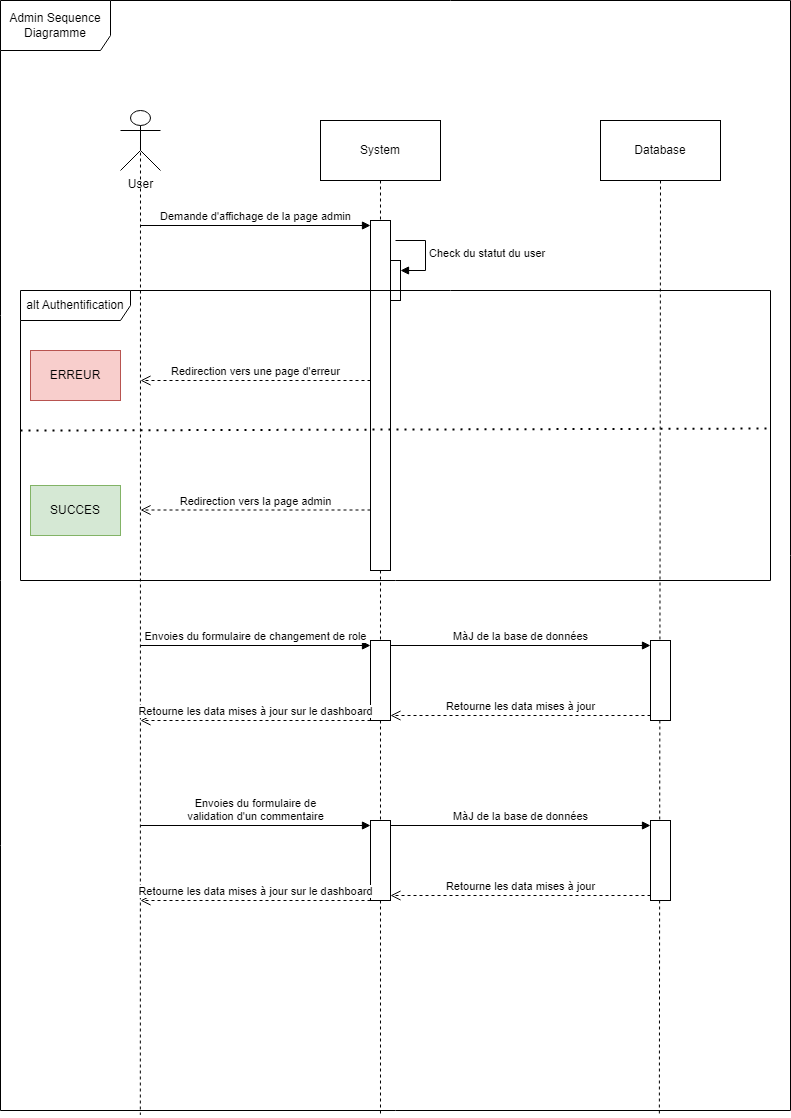
Above: diagrammes/Projet_5_CHASSELOUP_Axel_DDS_AdminSequence.png in Axel92290/Projet_blog_php (draw.io), before the change. Source tidied: cells renumbered, new cells last; positions are measured from the earlier drawing's top-left corner, leaving out a move shared by most shapes.
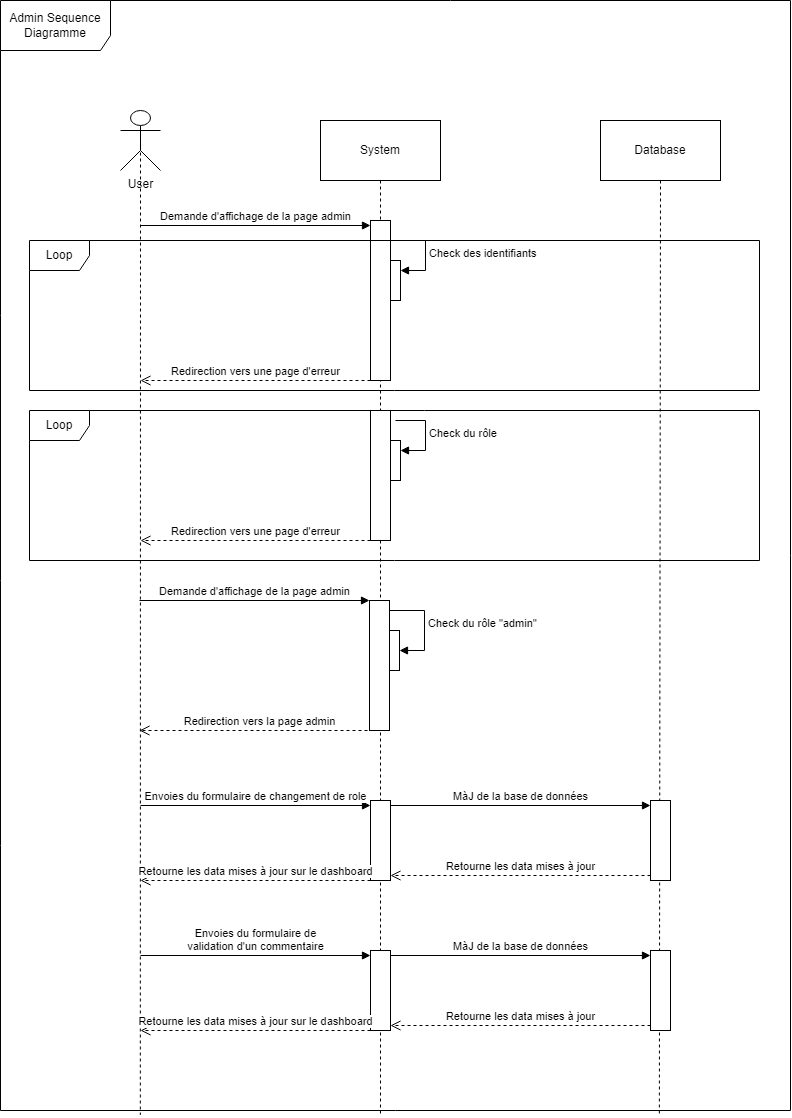
After the commit.

The edit, as a diff of the source:
```diff
@@ -24,7 +24,7 @@
       <mxGeometry x="600" y="120" width="120" height="60" as="geometry" />
     </mxCell>
     <mxCell id="9" style="html=1;points=[[0,0,0,0,5],[0,1,0,0,-5],[1,0,0,0,5],[1,1,0,0,-5]];perimeter=orthogonalPerimeter;outlineConnect=0;targetShapes=umlLifeline;portConstraint=eastwest;newEdgeStyle={&quot;curved&quot;:0,&quot;rounded&quot;:0};" parent="1" vertex="1">
-      <mxGeometry x="370" y="220" width="20" height="350" as="geometry" />
+      <mxGeometry x="370" y="220" width="20" height="160" as="geometry" />
     </mxCell>
     <mxCell id="10" value="Demande d'affichage de la page admin" style="html=1;verticalAlign=bottom;startArrow=none;endArrow=block;startSize=8;curved=0;rounded=0;entryX=0;entryY=0;entryDx=0;entryDy=5;startFill=0;" parent="1" edge="1" target="9">
       <mxGeometry relative="1" as="geometry">
@@ -34,7 +34,7 @@
     <mxCell id="11" style="html=1;points=[[0,0,0,0,5],[0,1,0,0,-5],[1,0,0,0,5],[1,1,0,0,-5]];perimeter=orthogonalPerimeter;outlineConnect=0;targetShapes=umlLifeline;portConstraint=eastwest;newEdgeStyle={&quot;curved&quot;:0,&quot;rounded&quot;:0};" parent="1" vertex="1">
       <mxGeometry x="390" y="260" width="10" height="40" as="geometry" />
     </mxCell>
-    <mxCell id="12" value="Check du statut du user" style="html=1;align=left;spacingLeft=2;endArrow=block;rounded=0;edgeStyle=orthogonalEdgeStyle;curved=0;rounded=0;" parent="1" edge="1" target="11">
+    <mxCell id="12" value="Check des identifiants" style="html=1;align=left;spacingLeft=2;endArrow=block;rounded=0;edgeStyle=orthogonalEdgeStyle;curved=0;rounded=0;" parent="1" edge="1" target="11">
       <mxGeometry relative="1" as="geometry">
         <mxPoint x="395" y="240" as="sourcePoint" />
         <Array as="points">
@@ -42,18 +42,6 @@
         </Array>
       </mxGeometry>
     </mxCell>
-    <mxCell id="13" value="alt Authentification" style="shape=umlFrame;whiteSpace=wrap;html=1;width=110;height=30;" parent="1" vertex="1">
-      <mxGeometry x="20" y="290" width="750" height="290" as="geometry" />
-    </mxCell>
-    <mxCell id="14" style="endArrow=none;dashed=1;html=1;dashPattern=1 3;strokeWidth=2;rounded=0;exitX=0;exitY=0.483;exitDx=0;exitDy=0;exitPerimeter=0;entryX=0.999;entryY=0.476;entryDx=0;entryDy=0;entryPerimeter=0;" parent="1" edge="1" source="13" target="13">
-      <mxGeometry relative="1" as="geometry" />
-    </mxCell>
-    <mxCell id="15" value="SUCCES" style="rounded=0;whiteSpace=wrap;html=1;fillColor=#d5e8d4;strokeColor=#82b366;" parent="1" vertex="1">
-      <mxGeometry x="30" y="485" width="90" height="50" as="geometry" />
-    </mxCell>
-    <mxCell id="16" value="ERREUR" style="rounded=0;whiteSpace=wrap;html=1;fillColor=#f8cecc;strokeColor=#b85450;" parent="1" vertex="1">
-      <mxGeometry x="30" y="350" width="90" height="50" as="geometry" />
-    </mxCell>
     <mxCell id="17" value="Redirection vers une page d'erreur" style="html=1;verticalAlign=bottom;endArrow=open;dashed=1;endSize=8;curved=0;rounded=0;" parent="1" edge="1" source="9">
       <mxGeometry relative="1" as="geometry">
         <mxPoint x="140" y="380" as="targetPoint" />
@@ -61,20 +49,20 @@
     </mxCell>
     <mxCell id="18" value="Redirection vers la page admin" style="html=1;verticalAlign=bottom;endArrow=open;dashed=1;endSize=8;curved=0;rounded=0;" parent="1" edge="1">
       <mxGeometry relative="1" as="geometry">
-        <mxPoint x="370" y="509.5" as="sourcePoint" />
-        <mxPoint x="140" y="509.5" as="targetPoint" />
+        <mxPoint x="379" y="730" as="sourcePoint" />
+        <mxPoint x="139" y="730" as="targetPoint" />
       </mxGeometry>
     </mxCell>
     <mxCell id="19" style="html=1;points=[[0,0,0,0,5],[0,1,0,0,-5],[1,0,0,0,5],[1,1,0,0,-5]];perimeter=orthogonalPerimeter;outlineConnect=0;targetShapes=umlLifeline;portConstraint=eastwest;newEdgeStyle={&quot;curved&quot;:0,&quot;rounded&quot;:0};" parent="1" vertex="1">
-      <mxGeometry x="370" y="640" width="20" height="80" as="geometry" />
+      <mxGeometry x="370" y="800" width="20" height="80" as="geometry" />
     </mxCell>
     <mxCell id="20" value="Envoies du formulaire de changement de role" style="html=1;verticalAlign=bottom;startArrow=none;endArrow=block;startSize=8;curved=0;rounded=0;entryX=0;entryY=0;entryDx=0;entryDy=5;startFill=0;" parent="1" edge="1" target="19">
       <mxGeometry relative="1" as="geometry">
-        <mxPoint x="140" y="645" as="sourcePoint" />
+        <mxPoint x="140" y="805" as="sourcePoint" />
       </mxGeometry>
     </mxCell>
     <mxCell id="21" style="html=1;points=[[0,0,0,0,5],[0,1,0,0,-5],[1,0,0,0,5],[1,1,0,0,-5]];perimeter=orthogonalPerimeter;outlineConnect=0;targetShapes=umlLifeline;portConstraint=eastwest;newEdgeStyle={&quot;curved&quot;:0,&quot;rounded&quot;:0};" parent="1" vertex="1">
-      <mxGeometry x="650" y="640" width="20" height="80" as="geometry" />
+      <mxGeometry x="650" y="800" width="20" height="80" as="geometry" />
     </mxCell>
     <mxCell id="22" value="MàJ de la base de données" style="html=1;verticalAlign=bottom;startArrow=none;endArrow=block;startSize=8;curved=0;rounded=0;entryX=0;entryY=0;entryDx=0;entryDy=5;startFill=0;" parent="1" edge="1" source="19" target="21">
       <mxGeometry relative="1" as="geometry" />
@@ -84,20 +72,20 @@
     </mxCell>
     <mxCell id="24" value="Retourne les data mises à jour sur le dashboard" style="html=1;verticalAlign=bottom;endArrow=open;dashed=1;endSize=8;curved=0;rounded=0;" parent="1" edge="1">
       <mxGeometry relative="1" as="geometry">
-        <mxPoint x="370" y="720" as="sourcePoint" />
-        <mxPoint x="140" y="720" as="targetPoint" />
+        <mxPoint x="370" y="880" as="sourcePoint" />
+        <mxPoint x="140" y="880" as="targetPoint" />
       </mxGeometry>
     </mxCell>
     <mxCell id="25" style="html=1;points=[[0,0,0,0,5],[0,1,0,0,-5],[1,0,0,0,5],[1,1,0,0,-5]];perimeter=orthogonalPerimeter;outlineConnect=0;targetShapes=umlLifeline;portConstraint=eastwest;newEdgeStyle={&quot;curved&quot;:0,&quot;rounded&quot;:0};" parent="1" vertex="1">
-      <mxGeometry x="370" y="820" width="20" height="80" as="geometry" />
+      <mxGeometry x="370" y="950" width="20" height="80" as="geometry" />
     </mxCell>
     <mxCell id="26" value="Envoies du formulaire de &lt;br&gt;validation d'un commentaire" style="html=1;verticalAlign=bottom;startArrow=none;endArrow=block;startSize=8;curved=0;rounded=0;entryX=0;entryY=0;entryDx=0;entryDy=5;startFill=0;" parent="1" edge="1" target="25">
       <mxGeometry relative="1" as="geometry">
-        <mxPoint x="140" y="825" as="sourcePoint" />
+        <mxPoint x="140" y="955" as="sourcePoint" />
       </mxGeometry>
     </mxCell>
     <mxCell id="27" style="html=1;points=[[0,0,0,0,5],[0,1,0,0,-5],[1,0,0,0,5],[1,1,0,0,-5]];perimeter=orthogonalPerimeter;outlineConnect=0;targetShapes=umlLifeline;portConstraint=eastwest;newEdgeStyle={&quot;curved&quot;:0,&quot;rounded&quot;:0};" parent="1" vertex="1">
-      <mxGeometry x="650" y="820" width="20" height="80" as="geometry" />
+      <mxGeometry x="650" y="950" width="20" height="80" as="geometry" />
     </mxCell>
     <mxCell id="28" value="MàJ de la base de données" style="html=1;verticalAlign=bottom;startArrow=none;endArrow=block;startSize=8;curved=0;rounded=0;entryX=0;entryY=0;entryDx=0;entryDy=5;startFill=0;" parent="1" edge="1" source="25" target="27">
       <mxGeometry relative="1" as="geometry" />
@@ -107,9 +95,55 @@
     </mxCell>
     <mxCell id="30" value="Retourne les data mises à jour sur le dashboard" style="html=1;verticalAlign=bottom;endArrow=open;dashed=1;endSize=8;curved=0;rounded=0;" parent="1" edge="1">
       <mxGeometry relative="1" as="geometry">
-        <mxPoint x="370" y="900" as="sourcePoint" />
-        <mxPoint x="140" y="900" as="targetPoint" />
+        <mxPoint x="370" y="1030" as="sourcePoint" />
+        <mxPoint x="140" y="1030" as="targetPoint" />
       </mxGeometry>
     </mxCell>
+    <mxCell id="31" style="html=1;points=[[0,0,0,0,5],[0,1,0,0,-5],[1,0,0,0,5],[1,1,0,0,-5]];perimeter=orthogonalPerimeter;outlineConnect=0;targetShapes=umlLifeline;portConstraint=eastwest;newEdgeStyle={&quot;curved&quot;:0,&quot;rounded&quot;:0};" parent="1" vertex="1">
+      <mxGeometry x="369" y="600" width="20" height="130" as="geometry" />
+    </mxCell>
+    <mxCell id="32" value="Demande d'affichage de la page admin" style="html=1;verticalAlign=bottom;startArrow=none;endArrow=block;startSize=8;curved=0;rounded=0;entryX=0;entryY=0;entryDx=0;entryDy=5;startFill=0;" parent="1" edge="1">
+      <mxGeometry relative="1" as="geometry">
+        <mxPoint x="139" y="600" as="sourcePoint" />
+        <mxPoint x="369" y="600" as="targetPoint" />
+      </mxGeometry>
+    </mxCell>
+    <mxCell id="33" value="Loop" style="shape=umlFrame;whiteSpace=wrap;html=1;" parent="1" vertex="1">
+      <mxGeometry x="29" y="240" width="730" height="150" as="geometry" />
+    </mxCell>
+    <mxCell id="34" style="html=1;points=[[0,0,0,0,5],[0,1,0,0,-5],[1,0,0,0,5],[1,1,0,0,-5]];perimeter=orthogonalPerimeter;outlineConnect=0;targetShapes=umlLifeline;portConstraint=eastwest;newEdgeStyle={&quot;curved&quot;:0,&quot;rounded&quot;:0};" parent="1" vertex="1">
+      <mxGeometry x="389" y="630" width="10" height="40" as="geometry" />
+    </mxCell>
+    <mxCell id="35" value="Check du rôle &quot;admin&quot;" style="html=1;align=left;spacingLeft=2;endArrow=block;rounded=0;edgeStyle=orthogonalEdgeStyle;curved=0;rounded=0;exitX=1;exitY=0;exitDx=0;exitDy=5;exitPerimeter=0;" parent="1" edge="1" source="31" target="34">
+      <mxGeometry relative="1" as="geometry">
+        <Array as="points">
+          <mxPoint x="389" y="610" />
+          <mxPoint x="424" y="610" />
+          <mxPoint x="424" y="650" />
+        </Array>
+      </mxGeometry>
+    </mxCell>
+    <mxCell id="36" style="html=1;points=[[0,0,0,0,5],[0,1,0,0,-5],[1,0,0,0,5],[1,1,0,0,-5]];perimeter=orthogonalPerimeter;outlineConnect=0;targetShapes=umlLifeline;portConstraint=eastwest;newEdgeStyle={&quot;curved&quot;:0,&quot;rounded&quot;:0};" parent="1" vertex="1">
+      <mxGeometry x="370" y="410" width="20" height="130" as="geometry" />
+    </mxCell>
+    <mxCell id="37" style="html=1;points=[[0,0,0,0,5],[0,1,0,0,-5],[1,0,0,0,5],[1,1,0,0,-5]];perimeter=orthogonalPerimeter;outlineConnect=0;targetShapes=umlLifeline;portConstraint=eastwest;newEdgeStyle={&quot;curved&quot;:0,&quot;rounded&quot;:0};" parent="1" vertex="1">
+      <mxGeometry x="390" y="440" width="10" height="40" as="geometry" />
+    </mxCell>
+    <mxCell id="38" value="Check du rôle&amp;nbsp;" style="html=1;align=left;spacingLeft=2;endArrow=block;rounded=0;edgeStyle=orthogonalEdgeStyle;curved=0;rounded=0;" parent="1" edge="1" target="37">
+      <mxGeometry relative="1" as="geometry">
+        <mxPoint x="395" y="420" as="sourcePoint" />
+        <Array as="points">
+          <mxPoint x="425" y="450" />
+        </Array>
+      </mxGeometry>
+    </mxCell>
+    <mxCell id="39" value="Redirection vers une page d'erreur" style="html=1;verticalAlign=bottom;endArrow=open;dashed=1;endSize=8;curved=0;rounded=0;" parent="1" edge="1" source="36">
+      <mxGeometry relative="1" as="geometry">
+        <mxPoint x="140" y="540" as="targetPoint" />
+      </mxGeometry>
+    </mxCell>
+    <mxCell id="40" value="Loop" style="shape=umlFrame;whiteSpace=wrap;html=1;" parent="1" vertex="1">
+      <mxGeometry x="29" y="410" width="730" height="150" as="geometry" />
+    </mxCell>
   </root>
 </mxGraphModel>
```
